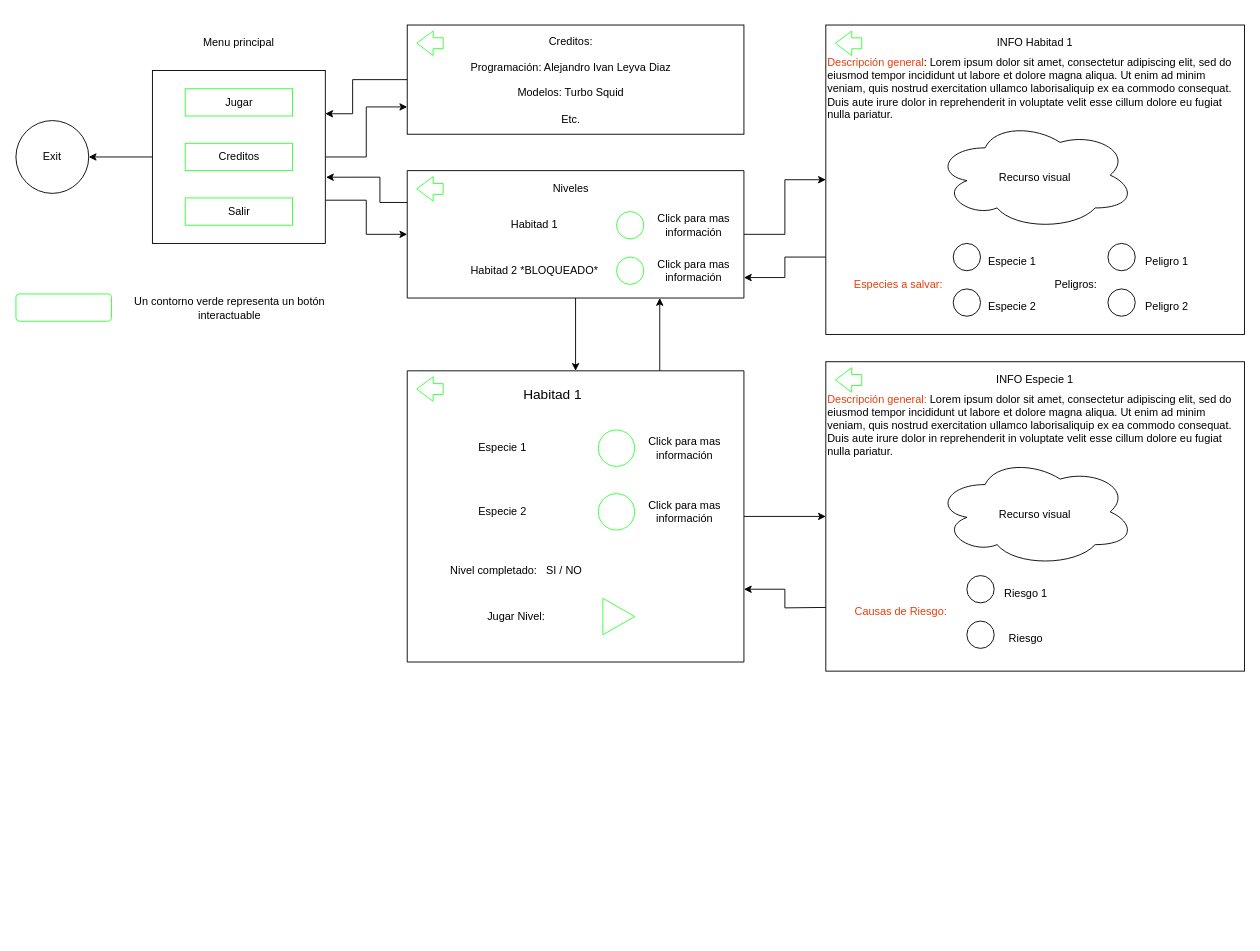
Earlier version of the draw.io diagram Untitled Diagram.drawio (Koishi32/ProyectoFinal_TSIII). Source tidied: cells renumbered, new cells numbered last; positions are measured from the earlier drawing's top-left corner, leaving out a move shared by most shapes. Both pictures are drawn from the tidied source at 91%, with x=0, y=0 at pixel (15, 15).
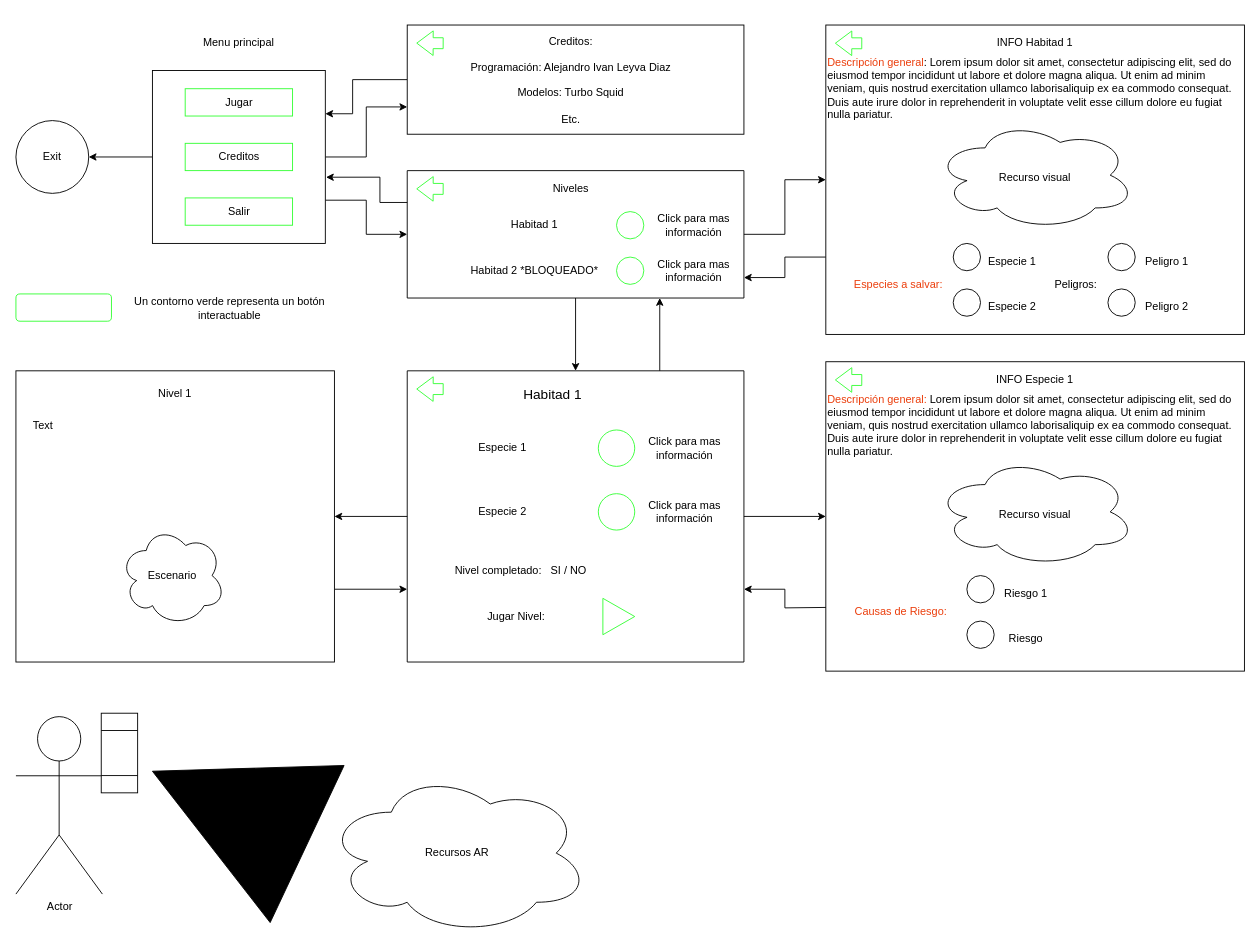
After the change.

The change refers to these unchanged cells:
```xml
<mxCell id="28" style="swimlane;startSize=0;" parent="1" vertex="1">
  <mxGeometry x="430" y="390" width="370" height="320" as="geometry" />
</mxCell>
```

Diff of the diagram source:
```diff
@@
+    <mxCell id="77" style="edgeStyle=orthogonalEdgeStyle;rounded=0;jettySize=auto;html=1;entryX=1;entryY=0.5;entryDx=0;entryDy=0;" parent="1" edge="1" source="28" target="79">
+      <mxGeometry relative="1" as="geometry" />
+    </mxCell>
@@
     <mxCell id="37" value="Nivel completado:&amp;nbsp;&amp;nbsp; SI / NO" style="text;html=1;strokeColor=none;fillColor=none;align=center;verticalAlign=middle;whiteSpace=wrap;rounded=0;" parent="28" vertex="1">
-      <mxGeometry y="200" width="240" height="40" as="geometry" />
+      <mxGeometry x="10" y="200" width="230" height="40" as="geometry" />
     </mxCell>
@@
+    <mxCell id="78" style="edgeStyle=orthogonalEdgeStyle;rounded=0;jettySize=auto;html=1;exitX=1;exitY=0.75;exitDx=0;exitDy=0;entryX=0;entryY=0.75;entryDx=0;entryDy=0;" parent="1" edge="1" source="79" target="28">
+      <mxGeometry relative="1" as="geometry" />
+    </mxCell>
+    <mxCell id="79" style="rounded=0;whiteSpace=wrap;html=1;" parent="1" vertex="1">
+      <mxGeometry y="390" width="350" height="320" as="geometry" />
+    </mxCell>
+    <mxCell id="80" value="Nivel 1" style="text;html=1;strokeColor=none;fillColor=none;align=center;verticalAlign=middle;whiteSpace=wrap;rounded=0;" parent="1" vertex="1">
+      <mxGeometry y="390" width="350" height="50" as="geometry" />
+    </mxCell>
+    <mxCell id="81" value="Actor" style="shape=umlActor;verticalLabelPosition=bottom;verticalAlign=top;html=1;" parent="1" vertex="1">
+      <mxGeometry y="770" width="95" height="195" as="geometry" />
+    </mxCell>
+    <mxCell id="82" style="shape=mxgraph.arrows2.wedgeArrow;html=1;startWidth=95.38461538461539;fillColor=strokeColor;defaultFillColor=invert;defaultGradientColor=invert;rounded=0;" parent="1" edge="1">
+      <mxGeometry relative="1" as="geometry">
+        <mxPoint x="320" y="910" as="sourcePoint" />
+        <mxPoint x="150" y="830" as="targetPoint" />
+      </mxGeometry>
+    </mxCell>
+    <mxCell id="83" style="shape=process;whiteSpace=wrap;html=1;backgroundOutline=1;rotation=90;size=0.21428571428571427;" parent="1" vertex="1">
+      <mxGeometry x="70" y="790" width="87.5" height="40" as="geometry" />
+    </mxCell>
+    <mxCell id="84" value="Recursos AR" style="ellipse;shape=cloud;whiteSpace=wrap;html=1;" parent="1" vertex="1">
+      <mxGeometry x="340" y="830" width="290" height="180" as="geometry" />
+    </mxCell>
+    <mxCell id="85" value="Escenario" style="ellipse;shape=cloud;whiteSpace=wrap;html=1;" parent="1" vertex="1">
+      <mxGeometry x="114.2" y="560" width="115.8" height="110" as="geometry" />
+    </mxCell>
+    <mxCell id="86" value="Text" style="text;html=1;strokeColor=none;fillColor=none;align=center;verticalAlign=middle;whiteSpace=wrap;rounded=0;" parent="1" vertex="1">
+      <mxGeometry y="435" width="60" height="30" as="geometry" />
+    </mxCell>
```
